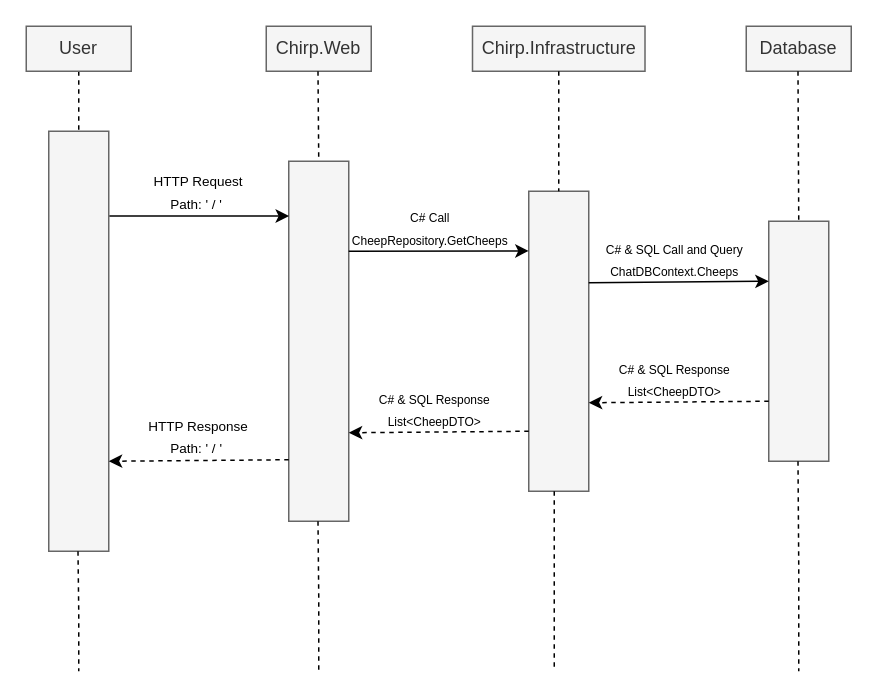
The draw.io diagram docs/diagrams/Sequence_of_Functionality.drawio in ITU-BDSA2024-GROUP6/Chirp, before the edit. Source tidied: cells renumbered, new cells numbered last; positions are measured from the earlier drawing's top-left corner, leaving out a move shared by most shapes. Both pictures are drawn from the tidied source at 150%, with x=0, y=0 at pixel (26, 26).
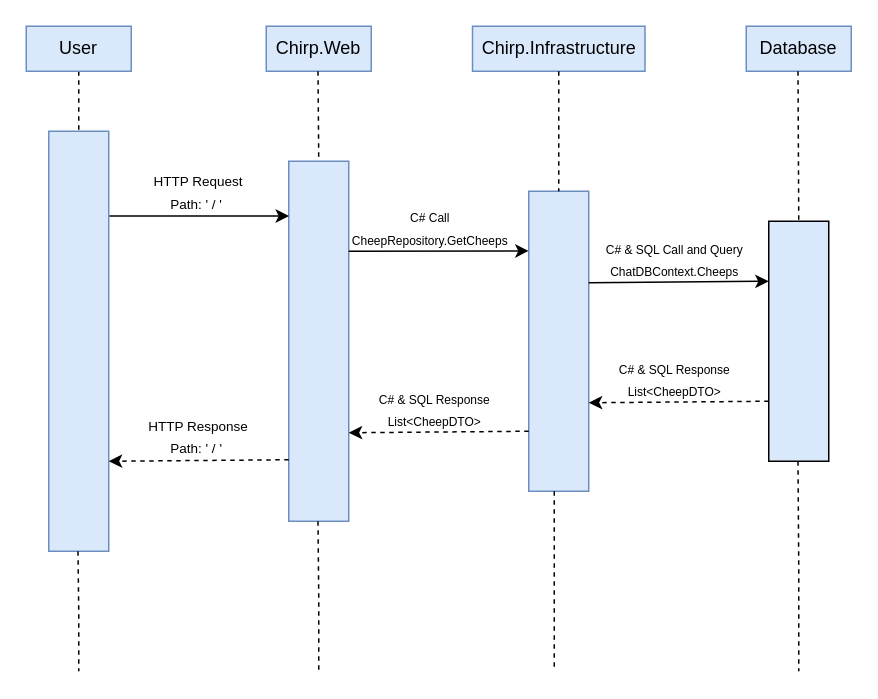
Above is the later version.

The edit, as a diff of the source:
```diff
@@
-    <mxCell id="2" style="rounded=0;whiteSpace=wrap;html=1;fillColor=#f5f5f5;fontColor=#333333;strokeColor=#666666;" parent="1" vertex="1">
+    <mxCell id="2" style="rounded=0;whiteSpace=wrap;html=1;fillColor=#dae8fc;strokeColor=#6c8ebf;" parent="1" vertex="1">
       <mxGeometry x="15" y="70" width="40" height="280" as="geometry" />
     </mxCell>
-    <mxCell id="3" style="rounded=0;whiteSpace=wrap;html=1;fillColor=#f5f5f5;fontColor=#333333;strokeColor=#666666;" parent="1" vertex="1">
+    <mxCell id="3" style="rounded=0;whiteSpace=wrap;html=1;fillColor=#dae8fc;strokeColor=#6c8ebf;" parent="1" vertex="1">
       <mxGeometry x="175" y="90" width="40" height="240" as="geometry" />
     </mxCell>
-    <mxCell id="4" style="rounded=0;whiteSpace=wrap;html=1;fillColor=#f5f5f5;fontColor=#333333;strokeColor=#666666;" parent="1" vertex="1">
+    <mxCell id="4" style="rounded=0;whiteSpace=wrap;html=1;fillColor=#dae8fc;strokeColor=#6c8ebf;" parent="1" vertex="1">
       <mxGeometry x="335" y="110" width="40" height="200" as="geometry" />
     </mxCell>
-    <mxCell id="5" style="rounded=0;whiteSpace=wrap;html=1;fillColor=#f5f5f5;fontColor=#333333;strokeColor=#666666;" parent="1" vertex="1">
+    <mxCell id="5" style="rounded=0;whiteSpace=wrap;html=1;fillColor=#dae8fc;strokeColor=default;strokeWidth=1;" parent="1" vertex="1">
       <mxGeometry x="495" y="130" width="40" height="160" as="geometry" />
     </mxCell>
@@
-    <mxCell id="7" value="User" style="rounded=0;whiteSpace=wrap;html=1;fillColor=#f5f5f5;fontColor=#333333;strokeColor=#666666;" parent="1" vertex="1">
+    <mxCell id="7" value="User" style="rounded=0;whiteSpace=wrap;html=1;fillColor=#dae8fc;strokeColor=#6c8ebf;" parent="1" vertex="1">
       <mxGeometry width="70" height="30" as="geometry" />
     </mxCell>
-    <mxCell id="8" value="Chirp.Web" style="rounded=0;whiteSpace=wrap;html=1;fillColor=#f5f5f5;fontColor=#333333;strokeColor=#666666;" parent="1" vertex="1">
+    <mxCell id="8" value="Chirp.Web" style="rounded=0;whiteSpace=wrap;html=1;fillColor=#dae8fc;strokeColor=#6c8ebf;" parent="1" vertex="1">
       <mxGeometry x="160" width="70" height="30" as="geometry" />
     </mxCell>
-    <mxCell id="9" value="Chirp.Infrastructure" style="rounded=0;whiteSpace=wrap;html=1;fillColor=#f5f5f5;fontColor=#333333;strokeColor=#666666;" parent="1" vertex="1">
+    <mxCell id="9" value="Chirp.Infrastructure" style="rounded=0;whiteSpace=wrap;html=1;fillColor=#dae8fc;strokeColor=#6c8ebf;" parent="1" vertex="1">
       <mxGeometry x="297.5" width="115" height="30" as="geometry" />
     </mxCell>
-    <mxCell id="10" value="Database" style="rounded=0;whiteSpace=wrap;html=1;fillColor=#f5f5f5;fontColor=#333333;strokeColor=#666666;" parent="1" vertex="1">
+    <mxCell id="10" value="Database" style="rounded=0;whiteSpace=wrap;html=1;fillColor=#dae8fc;strokeColor=#6c8ebf;" parent="1" vertex="1">
       <mxGeometry x="480" width="70" height="30" as="geometry" />
     </mxCell>
```
